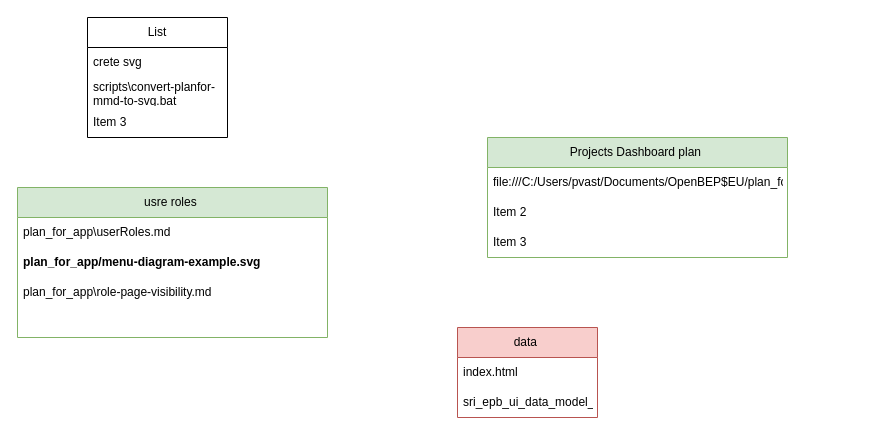
Earlier version of the draw.io diagram plan_for_app/plan.drawio (pantazis/-building-performance-app). Source tidied: cells renumbered, new cells numbered last; positions are measured from the earlier drawing's top-left corner, leaving out a move shared by most shapes. Both pictures are drawn from the tidied source at 100%, with x=0, y=0 at pixel (17, 17).
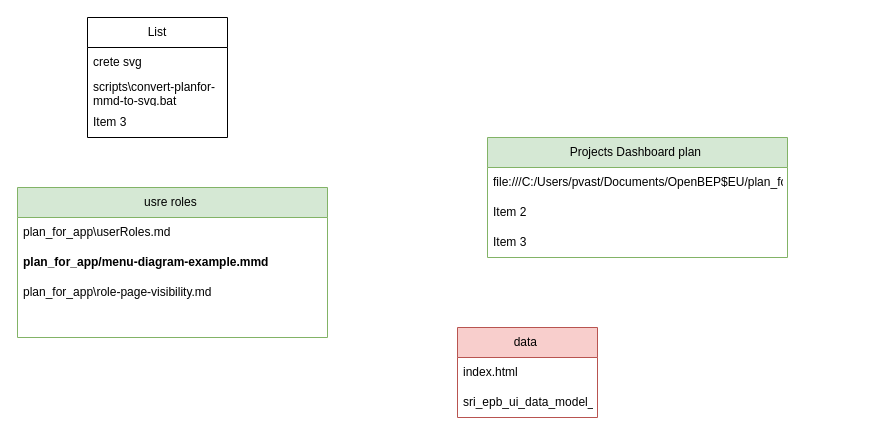
After the change.

Commit message (it also covers changes not shown here):
Remove obsolete draw.io temporary file and update plan.drawio with latest modifications

The edit, as a diff of the source:
```diff
@@
 <mxGraphModel>
   <root>
     <mxCell id="0" />
     <mxCell id="1" parent="0" />
     <mxCell id="2" value="data&amp;nbsp;" style="swimlane;fontStyle=0;horizontal=1;startSize=30;whiteSpace=wrap;html=1;fillColor=#f8cecc;strokeColor=#b85450;" parent="1" vertex="1">
       <mxGeometry x="440" y="310" width="140" height="90" as="geometry" />
     </mxCell>
     <mxCell id="3" value="index.html" style="text;strokeColor=none;fillColor=none;align=left;verticalAlign=middle;spacingLeft=4;spacingRight=4;overflow=hidden;whiteSpace=wrap;html=1;" parent="2" vertex="1">
       <mxGeometry y="30" width="140" height="30" as="geometry" />
     </mxCell>
     <mxCell id="4" value="sri_epb_ui_data_model_v2.js" style="text;strokeColor=none;fillColor=none;align=left;verticalAlign=middle;spacingLeft=4;spacingRight=4;overflow=hidden;whiteSpace=wrap;html=1;" parent="2" vertex="1">
       <mxGeometry y="60" width="140" height="30" as="geometry" />
     </mxCell>
     <mxCell id="5" value="Projects Dashboard plan&amp;nbsp;" style="swimlane;fontStyle=0;horizontal=1;startSize=30;whiteSpace=wrap;html=1;fillColor=#d5e8d4;strokeColor=#82b366;" parent="1" vertex="1">
       <mxGeometry x="470" y="120" width="300" height="120" as="geometry" />
     </mxCell>
     <mxCell id="6" value="file:///C:/Users/pvast/Documents/OpenBEP$EU/plan_for_app/input.svg" style="text;strokeColor=none;fillColor=none;align=left;verticalAlign=middle;spacingLeft=4;spacingRight=4;overflow=hidden;whiteSpace=wrap;html=1;" parent="5" vertex="1">
       <mxGeometry y="30" width="300" height="30" as="geometry" />
     </mxCell>
     <mxCell id="7" value="Item 2" style="text;strokeColor=none;fillColor=none;align=left;verticalAlign=middle;spacingLeft=4;spacingRight=4;overflow=hidden;whiteSpace=wrap;html=1;" parent="5" vertex="1">
       <mxGeometry y="60" width="300" height="30" as="geometry" />
     </mxCell>
     <mxCell id="8" value="Item 3" style="text;strokeColor=none;fillColor=none;align=left;verticalAlign=middle;spacingLeft=4;spacingRight=4;overflow=hidden;whiteSpace=wrap;html=1;" parent="5" vertex="1">
       <mxGeometry y="90" width="300" height="30" as="geometry" />
     </mxCell>
     <mxCell id="9" value="usre roles&amp;nbsp;" style="swimlane;fontStyle=0;horizontal=1;startSize=30;whiteSpace=wrap;html=1;fillColor=#d5e8d4;strokeColor=#82b366;" parent="1" vertex="1">
       <mxGeometry y="170" width="310" height="150" as="geometry" />
     </mxCell>
     <mxCell id="10" value="plan_for_app\userRoles.md" style="text;strokeColor=none;fillColor=none;align=left;verticalAlign=middle;spacingLeft=4;spacingRight=4;overflow=hidden;whiteSpace=wrap;html=1;" parent="9" vertex="1">
       <mxGeometry y="30" width="310" height="30" as="geometry" />
     </mxCell>
-    <mxCell id="11" value="&lt;b&gt;plan_for_app/menu-diagram-example.svg&lt;/b&gt;" style="text;strokeColor=none;fillColor=none;align=left;verticalAlign=middle;spacingLeft=4;spacingRight=4;overflow=hidden;whiteSpace=wrap;html=1;" parent="9" vertex="1">
+    <mxCell id="11" value="&lt;b&gt;plan_for_app/menu-diagram-example.mmd&lt;/b&gt;" style="text;strokeColor=none;fillColor=none;align=left;verticalAlign=middle;spacingLeft=4;spacingRight=4;overflow=hidden;whiteSpace=wrap;html=1;" parent="9" vertex="1">
       <mxGeometry y="60" width="310" height="30" as="geometry" />
     </mxCell>
     <mxCell id="12" value="plan_for_app\role-page-visibility.md" style="text;strokeColor=none;fillColor=none;align=left;verticalAlign=middle;spacingLeft=4;spacingRight=4;overflow=hidden;whiteSpace=wrap;html=1;" parent="9" vertex="1">
       <mxGeometry y="90" width="310" height="30" as="geometry" />
     </mxCell>
     <mxCell id="13" style="text;strokeColor=none;fillColor=none;align=left;verticalAlign=middle;spacingLeft=4;spacingRight=4;overflow=hidden;whiteSpace=wrap;html=1;" parent="9" vertex="1">
       <mxGeometry y="120" width="310" height="30" as="geometry" />
     </mxCell>
     <mxCell id="14" value="List" style="swimlane;fontStyle=0;horizontal=1;startSize=30;whiteSpace=wrap;html=1;" parent="1" vertex="1">
       <mxGeometry x="70" width="140" height="120" as="geometry" />
     </mxCell>
     <mxCell id="15" value="crete svg&lt;br&gt;" style="text;strokeColor=none;fillColor=none;align=left;verticalAlign=middle;spacingLeft=4;spacingRight=4;overflow=hidden;whiteSpace=wrap;html=1;" parent="14" vertex="1">
       <mxGeometry y="30" width="140" height="30" as="geometry" />
     </mxCell>
     <mxCell id="16" value="scripts\convert-planfor-mmd-to-svg.bat" style="text;strokeColor=none;fillColor=none;align=left;verticalAlign=middle;spacingLeft=4;spacingRight=4;overflow=hidden;whiteSpace=wrap;html=1;" parent="14" vertex="1">
       <mxGeometry y="60" width="140" height="30" as="geometry" />
     </mxCell>
     <mxCell id="17" value="Item 3" style="text;strokeColor=none;fillColor=none;align=left;verticalAlign=middle;spacingLeft=4;spacingRight=4;overflow=hidden;whiteSpace=wrap;html=1;" parent="14" vertex="1">
       <mxGeometry y="90" width="140" height="30" as="geometry" />
     </mxCell>
   </root>
 </mxGraphModel>
```
